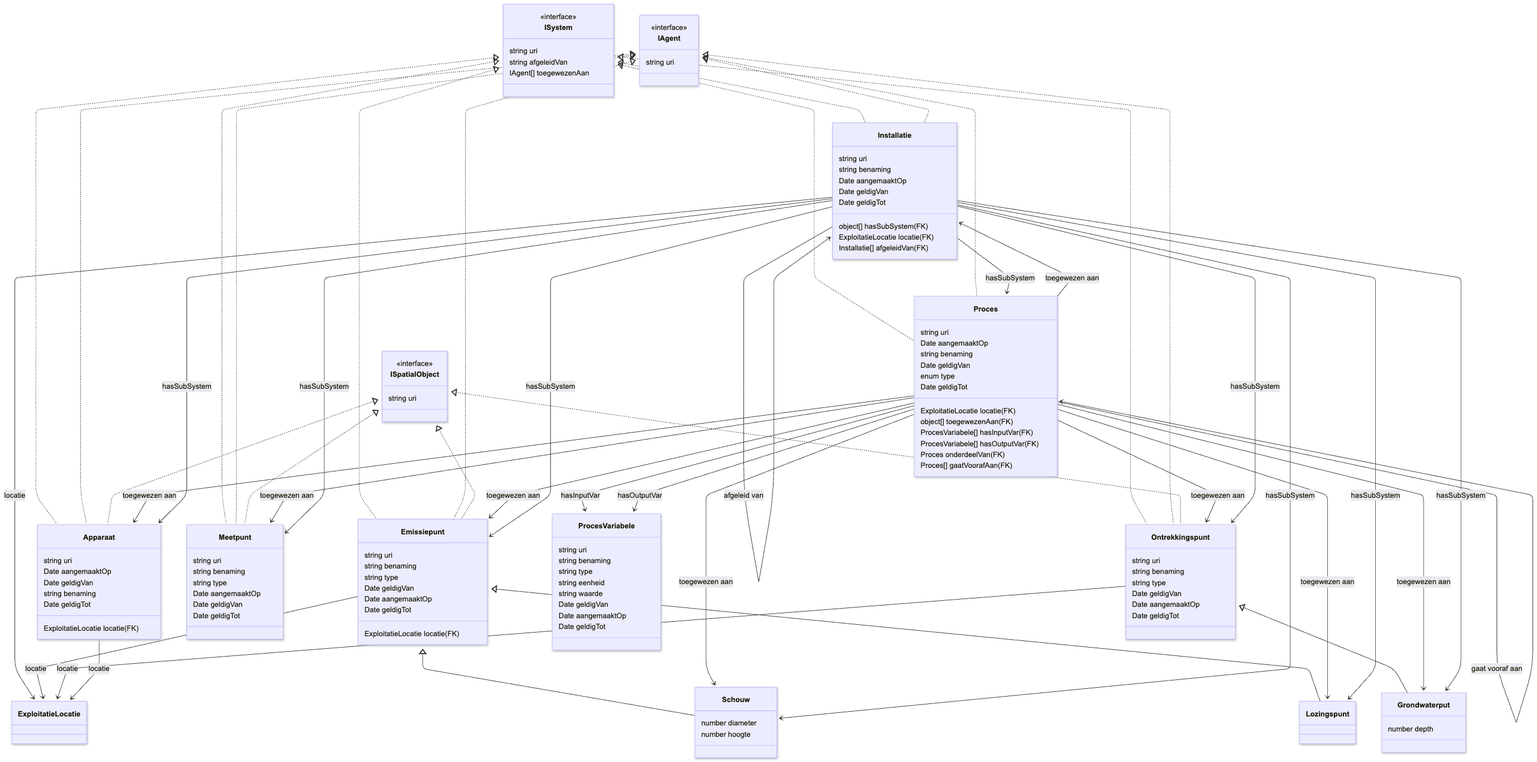
milieuinfo/RIE-IEPR keeps this Mermaid diagram as documentatie/bin/model-generator/output/Class-generated-mini.png. Above is the earlier version. Its source is kept beside it as documentatie/bin/model-generator/output/Class-generated-mini.mmd. Its diagram source:
```mermaid
---
config:
    layout: default
    theme: default
---
classDiagram
    class Apparaat {
        string uri
        Date aangemaaktOp
        Date geldigVan
        ExploitatieLocatie locatie (FK)
        string benaming
        Date geldigTot
    }
    class Emissiepunt {
        string uri
        string benaming
        string type
        Date geldigVan
        Date aangemaaktOp
        ExploitatieLocatie locatie (FK)
        Date geldigTot
    }
    class Grondwaterput {
        number depth
    }
    class Installatie {
        string uri
        object[] hasSubSystem (FK)
        string benaming
        Date aangemaaktOp
        Date geldigVan
        ExploitatieLocatie locatie (FK)
        Installatie[] afgeleidVan (FK)
        Date geldigTot
    }
    class Lozingspunt {
    }
    class Meetpunt {
        string uri
        string benaming
        string type
        Date aangemaaktOp
        Date geldigVan
        Date geldigTot
    }
    class Ontrekkingspunt {
        string uri
        string benaming
        string type
        Date geldigVan
        Date aangemaaktOp
        Date geldigTot
    }
    class Proces {
        string uri
        Date aangemaaktOp
        string benaming
        Date geldigVan
        ExploitatieLocatie locatie (FK)
        object[] toegewezenAan (FK)
        enum type
        ProcesVariabele[] hasInputVar (FK)
        ProcesVariabele[] hasOutputVar (FK)
        Proces onderdeelVan (FK)
        Proces[] gaatVoorafAan (FK)
        Date geldigTot
    }
    class ProcesVariabele {
        string uri
        string benaming
        string type
        string eenheid
        string waarde
        Date geldigVan
        Date aangemaaktOp
        Date geldigTot
    }
    class Schouw {
        number diameter
        number hoogte
    }
    class ISystem {
        <<interface>>
        string uri
        string afgeleidVan
        IAgent[] toegewezenAan
    }
    class IAgent {
        <<interface>>
        string uri
    }
    class ISpatialObject {
        <<interface>>
        string uri
    }

    Emissiepunt <|-- Schouw
    Ontrekkingspunt <|-- Grondwaterput
    Emissiepunt <|-- Lozingspunt
    ISystem <|.. Apparaat
    ISystem <|.. Emissiepunt
    ISystem <|.. Installatie
    ISystem <|.. Meetpunt
    ISystem <|.. Ontrekkingspunt
    ISystem <|.. Proces
    IAgent <|.. Apparaat
    IAgent <|.. Emissiepunt
    IAgent <|.. Installatie
    IAgent <|.. Meetpunt
    IAgent <|.. Ontrekkingspunt
    IAgent <|.. Proces
    ISpatialObject <|.. Apparaat
    ISpatialObject <|.. Emissiepunt
    ISpatialObject <|.. Meetpunt
    ISpatialObject <|.. Ontrekkingspunt
    Proces --> Installatie : toegewezen aan
    Proces --> Emissiepunt : toegewezen aan
    Proces --> Ontrekkingspunt : toegewezen aan
    Proces --> Schouw : toegewezen aan
    Proces --> Grondwaterput : toegewezen aan
    Proces --> Lozingspunt : toegewezen aan
    Proces --> Meetpunt : toegewezen aan
    Proces --> Apparaat : toegewezen aan
    Proces --> ProcesVariabele : hasInputVar
    Proces --> ProcesVariabele : hasOutputVar
    Proces --> Proces : onderdeel van
    Proces --> Proces : gaat vooraf aan
    Installatie --> Proces : hasSubSystem
    Installatie --> Installatie : hasSubSystem
    Installatie --> Emissiepunt : hasSubSystem
    Installatie --> Ontrekkingspunt : hasSubSystem
    Installatie --> Schouw : hasSubSystem
    Installatie --> Grondwaterput : hasSubSystem
    Installatie --> Lozingspunt : hasSubSystem
    Installatie --> Meetpunt : hasSubSystem
    Installatie --> Apparaat : hasSubSystem
    Installatie --> ExploitatieLocatie : locatie
    Installatie --> Installatie : afgeleid van
    Emissiepunt --> ExploitatieLocatie : locatie
    Ontrekkingspunt --> ExploitatieLocatie : locatie
    Apparaat --> ExploitatieLocatie : locatie
```
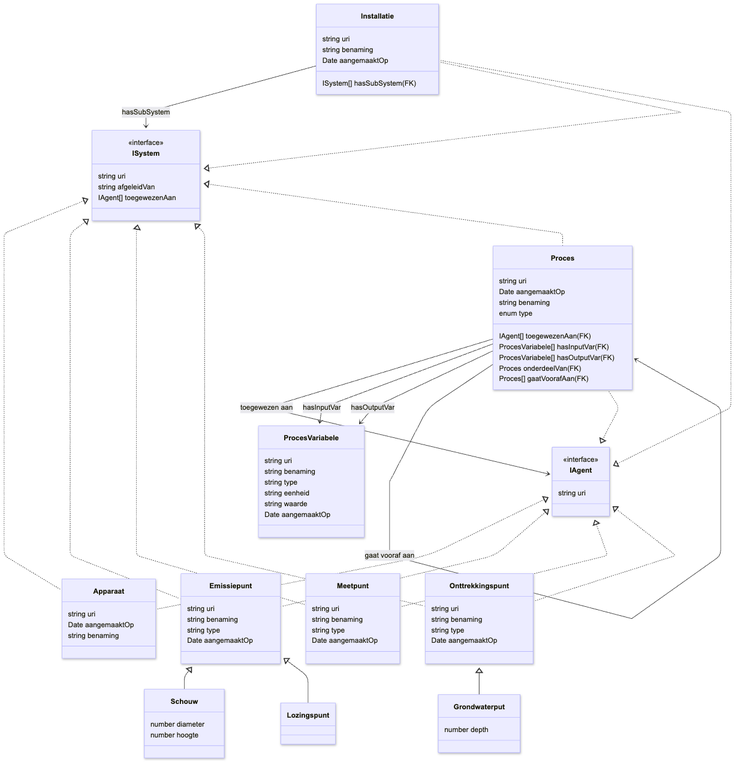
After the commit.

Commit message:
chore: typo "onttrekkingspunt"

Change to the diagram source:
```diff
@@ -7,32 +7,22 @@
     class Apparaat {
         string uri
         Date aangemaaktOp
-        Date geldigVan
-        ExploitatieLocatie locatie (FK)
         string benaming
-        Date geldigTot
     }
     class Emissiepunt {
         string uri
         string benaming
         string type
-        Date geldigVan
         Date aangemaaktOp
-        ExploitatieLocatie locatie (FK)
-        Date geldigTot
     }
     class Grondwaterput {
         number depth
     }
     class Installatie {
         string uri
-        object[] hasSubSystem (FK)
+        ISystem[] hasSubSystem (FK)
         string benaming
         Date aangemaaktOp
-        Date geldigVan
-        ExploitatieLocatie locatie (FK)
-        Installatie[] afgeleidVan (FK)
-        Date geldigTot
     }
     class Lozingspunt {
     }
@@ -41,30 +31,23 @@
         string benaming
         string type
         Date aangemaaktOp
-        Date geldigVan
-        Date geldigTot
     }
-    class Ontrekkingspunt {
+    class Onttrekkingspunt {
         string uri
         string benaming
         string type
-        Date geldigVan
         Date aangemaaktOp
-        Date geldigTot
     }
     class Proces {
         string uri
         Date aangemaaktOp
         string benaming
-        Date geldigVan
-        ExploitatieLocatie locatie (FK)
-        object[] toegewezenAan (FK)
+        IAgent[] toegewezenAan (FK)
         enum type
         ProcesVariabele[] hasInputVar (FK)
         ProcesVariabele[] hasOutputVar (FK)
         Proces onderdeelVan (FK)
         Proces[] gaatVoorafAan (FK)
-        Date geldigTot
     }
     class ProcesVariabele {
         string uri
@@ -72,9 +55,7 @@
         string type
         string eenheid
         string waarde
-        Date geldigVan
         Date aangemaaktOp
-        Date geldigTot
     }
     class Schouw {
         number diameter
@@ -90,53 +71,25 @@
         <<interface>>
         string uri
     }
-    class ISpatialObject {
-        <<interface>>
-        string uri
-    }
 
     Emissiepunt <|-- Schouw
-    Ontrekkingspunt <|-- Grondwaterput
+    Onttrekkingspunt <|-- Grondwaterput
     Emissiepunt <|-- Lozingspunt
     ISystem <|.. Apparaat
     ISystem <|.. Emissiepunt
     ISystem <|.. Installatie
     ISystem <|.. Meetpunt
-    ISystem <|.. Ontrekkingspunt
+    ISystem <|.. Onttrekkingspunt
     ISystem <|.. Proces
     IAgent <|.. Apparaat
     IAgent <|.. Emissiepunt
     IAgent <|.. Installatie
     IAgent <|.. Meetpunt
-    IAgent <|.. Ontrekkingspunt
+    IAgent <|.. Onttrekkingspunt
     IAgent <|.. Proces
-    ISpatialObject <|.. Apparaat
-    ISpatialObject <|.. Emissiepunt
-    ISpatialObject <|.. Meetpunt
-    ISpatialObject <|.. Ontrekkingspunt
-    Proces --> Installatie : toegewezen aan
-    Proces --> Emissiepunt : toegewezen aan
-    Proces --> Ontrekkingspunt : toegewezen aan
-    Proces --> Schouw : toegewezen aan
-    Proces --> Grondwaterput : toegewezen aan
-    Proces --> Lozingspunt : toegewezen aan
-    Proces --> Meetpunt : toegewezen aan
-    Proces --> Apparaat : toegewezen aan
+    Proces --> IAgent : toegewezen aan
     Proces --> ProcesVariabele : hasInputVar
     Proces --> ProcesVariabele : hasOutputVar
     Proces --> Proces : onderdeel van
     Proces --> Proces : gaat vooraf aan
-    Installatie --> Proces : hasSubSystem
-    Installatie --> Installatie : hasSubSystem
-    Installatie --> Emissiepunt : hasSubSystem
-    Installatie --> Ontrekkingspunt : hasSubSystem
-    Installatie --> Schouw : hasSubSystem
-    Installatie --> Grondwaterput : hasSubSystem
-    Installatie --> Lozingspunt : hasSubSystem
-    Installatie --> Meetpunt : hasSubSystem
-    Installatie --> Apparaat : hasSubSystem
-    Installatie --> ExploitatieLocatie : locatie
-    Installatie --> Installatie : afgeleid van
-    Emissiepunt --> ExploitatieLocatie : locatie
-    Ontrekkingspunt --> ExploitatieLocatie : locatie
-    Apparaat --> ExploitatieLocatie : locatie
+    Installatie --> ISystem : hasSubSystem
```
